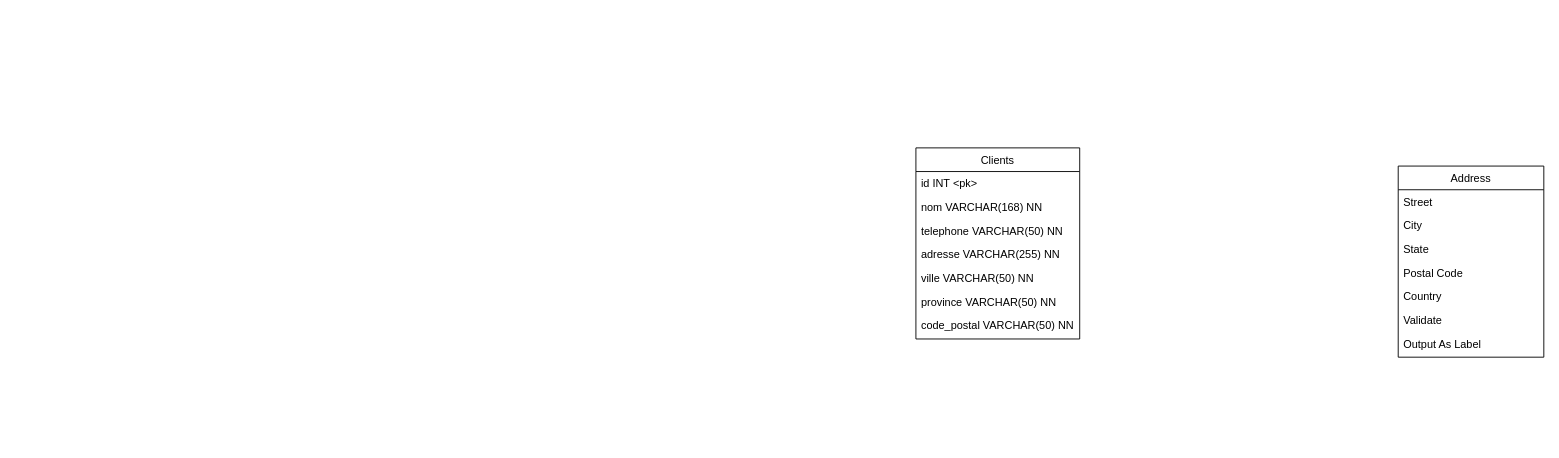
Before: Diagramme/Diagramme Class William Allard.drawio in WilliamAllard/ProjetsLongBD2, a draw.io diagram. Source tidied: cells renumbered, new cells numbered last; positions are measured from the earlier drawing's top-left corner, leaving out a move shared by most shapes. Both pictures are drawn from the tidied source at 91%, with x=0, y=0 at pixel (915, 147).
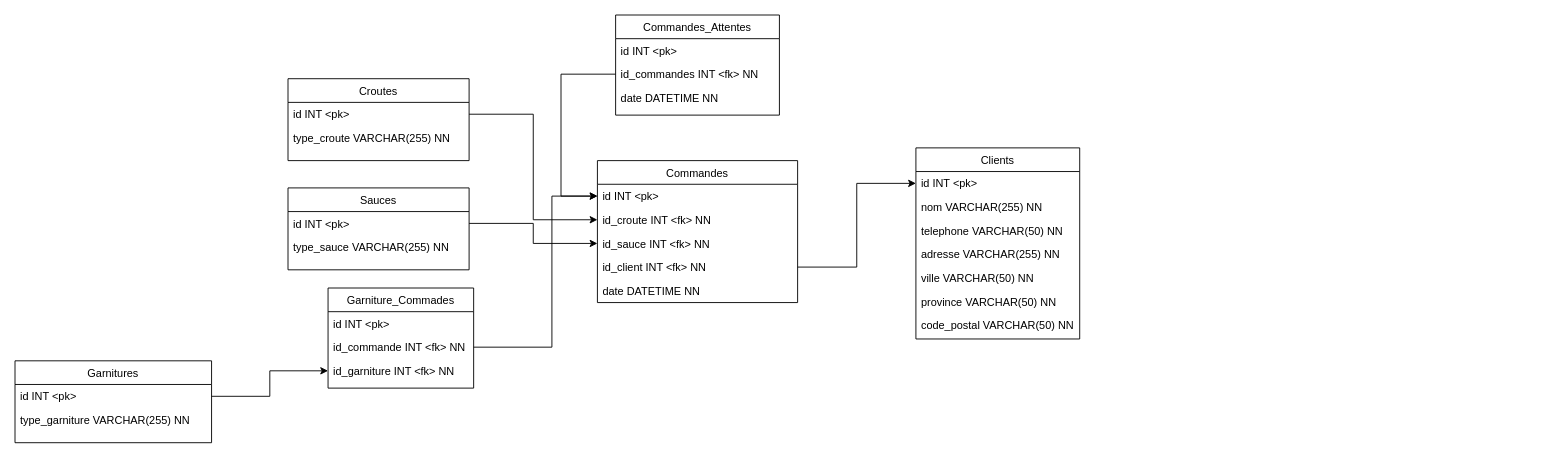
Above is the later version.

The change refers to these unchanged cells:
```xml
<mxCell id="10" value="Clients" style="swimlane;fontStyle=0;align=center;verticalAlign=top;horizontal=1;startSize=26;rounded=0;shadow=0;strokeWidth=1;" parent="1" vertex="1">
  <mxGeometry width="180" height="210" as="geometry" />
</mxCell>
<mxCell id="11" value="id INT &lt;pk&gt;" style="text;align=left;verticalAlign=top;spacingLeft=4;spacingRight=4;overflow=hidden;points=[[0,0.5],[1,0.5]];portConstraint=eastwest;" parent="10" vertex="1">
  <mxGeometry y="26" width="180" height="26" as="geometry" />
</mxCell>
```

Diff of the diagram source:
```diff
@@
-    <mxCell id="2" value="Address" style="swimlane;fontStyle=0;align=center;verticalAlign=top;horizontal=1;startSize=26;rounded=0;shadow=0;strokeWidth=1;" parent="1" vertex="1">
-      <mxGeometry x="530" y="20" width="160" height="210" as="geometry" />
-    </mxCell>
-    <mxCell id="3" value="Street" style="text;align=left;verticalAlign=top;spacingLeft=4;spacingRight=4;overflow=hidden;" parent="2" vertex="1">
-      <mxGeometry y="26" width="160" height="26" as="geometry" />
-    </mxCell>
-    <mxCell id="4" value="City" style="text;align=left;verticalAlign=top;spacingLeft=4;spacingRight=4;overflow=hidden;rounded=0;shadow=0;html=0;" parent="2" vertex="1">
-      <mxGeometry y="52" width="160" height="26" as="geometry" />
-    </mxCell>
-    <mxCell id="5" value="State" style="text;align=left;verticalAlign=top;spacingLeft=4;spacingRight=4;overflow=hidden;rounded=0;shadow=0;html=0;" parent="2" vertex="1">
-      <mxGeometry y="78" width="160" height="26" as="geometry" />
-    </mxCell>
-    <mxCell id="6" value="Postal Code" style="text;align=left;verticalAlign=top;spacingLeft=4;spacingRight=4;overflow=hidden;rounded=0;shadow=0;html=0;" parent="2" vertex="1">
-      <mxGeometry y="104" width="160" height="26" as="geometry" />
-    </mxCell>
-    <mxCell id="7" value="Country" style="text;align=left;verticalAlign=top;spacingLeft=4;spacingRight=4;overflow=hidden;rounded=0;shadow=0;html=0;" parent="2" vertex="1">
-      <mxGeometry y="130" width="160" height="26" as="geometry" />
-    </mxCell>
-    <mxCell id="8" value="Validate" style="text;align=left;verticalAlign=top;spacingLeft=4;spacingRight=4;overflow=hidden;" parent="2" vertex="1">
-      <mxGeometry y="156" width="160" height="26" as="geometry" />
-    </mxCell>
-    <mxCell id="9" value="Output As Label" style="text;align=left;verticalAlign=top;spacingLeft=4;spacingRight=4;overflow=hidden;" parent="2" vertex="1">
-      <mxGeometry y="182" width="160" height="26" as="geometry" />
-    </mxCell>
@@
-    <mxCell id="12" value="nom VARCHAR(168) NN" style="text;align=left;verticalAlign=top;spacingLeft=4;spacingRight=4;overflow=hidden;rounded=0;shadow=0;html=0;" parent="10" vertex="1">
+    <mxCell id="12" value="nom VARCHAR(255) NN" style="text;align=left;verticalAlign=top;spacingLeft=4;spacingRight=4;overflow=hidden;rounded=0;shadow=0;html=0;" parent="10" vertex="1">
       <mxGeometry y="52" width="180" height="26" as="geometry" />
     </mxCell>
@@
+    <mxCell id="18" value="Commandes&#10;" style="swimlane;fontStyle=0;align=center;verticalAlign=top;horizontal=1;startSize=26;rounded=0;shadow=0;strokeWidth=1;" parent="1" vertex="1">
+      <mxGeometry x="-350" y="14" width="220" height="156" as="geometry" />
+    </mxCell>
+    <mxCell id="19" value="id INT &lt;pk&gt;   " style="text;align=left;verticalAlign=top;spacingLeft=4;spacingRight=4;overflow=hidden;points=[[0,0.5],[1,0.5]];portConstraint=eastwest;" parent="18" vertex="1">
+      <mxGeometry y="26" width="220" height="26" as="geometry" />
+    </mxCell>
+    <mxCell id="20" value="id_croute INT &lt;fk&gt; NN" style="text;align=left;verticalAlign=top;spacingLeft=4;spacingRight=4;overflow=hidden;points=[[0,0.5],[1,0.5]];portConstraint=eastwest;rounded=0;shadow=0;html=0;" parent="18" vertex="1">
+      <mxGeometry y="52" width="220" height="26" as="geometry" />
+    </mxCell>
+    <mxCell id="21" value="id_sauce INT &lt;fk&gt; NN" style="text;align=left;verticalAlign=top;spacingLeft=4;spacingRight=4;overflow=hidden;points=[[0,0.5],[1,0.5]];portConstraint=eastwest;rounded=0;shadow=0;html=0;" parent="18" vertex="1">
+      <mxGeometry y="78" width="220" height="26" as="geometry" />
+    </mxCell>
+    <mxCell id="22" value="id_client INT &lt;fk&gt; NN" style="text;align=left;verticalAlign=top;spacingLeft=4;spacingRight=4;overflow=hidden;points=[[0,0.5],[1,0.5]];portConstraint=eastwest;rounded=0;shadow=0;html=0;" parent="18" vertex="1">
+      <mxGeometry y="104" width="220" height="26" as="geometry" />
+    </mxCell>
+    <mxCell id="23" value="date DATETIME NN" style="text;align=left;verticalAlign=top;spacingLeft=4;spacingRight=4;overflow=hidden;" parent="18" vertex="1">
+      <mxGeometry y="130" width="220" height="26" as="geometry" />
+    </mxCell>
+    <mxCell id="24" value="Croutes" style="swimlane;fontStyle=0;align=center;verticalAlign=top;horizontal=1;startSize=26;rounded=0;shadow=0;strokeWidth=1;" parent="1" vertex="1">
+      <mxGeometry x="-690" y="-76" width="199" height="90" as="geometry" />
+    </mxCell>
+    <mxCell id="25" value="id INT &lt;pk&gt;" style="text;align=left;verticalAlign=top;spacingLeft=4;spacingRight=4;overflow=hidden;points=[[0,0.5],[1,0.5]];portConstraint=eastwest;" parent="24" vertex="1">
+      <mxGeometry y="26" width="199" height="26" as="geometry" />
+    </mxCell>
+    <mxCell id="26" value="type_croute VARCHAR(255) NN" style="text;align=left;verticalAlign=top;spacingLeft=4;spacingRight=4;overflow=hidden;rounded=0;shadow=0;html=0;" parent="24" vertex="1">
+      <mxGeometry y="52" width="199" height="26" as="geometry" />
+    </mxCell>
+    <mxCell id="27" value="Sauces" style="swimlane;fontStyle=0;align=center;verticalAlign=top;horizontal=1;startSize=26;rounded=0;shadow=0;strokeWidth=1;" parent="1" vertex="1">
+      <mxGeometry x="-690" y="44" width="199" height="90" as="geometry" />
+    </mxCell>
+    <mxCell id="28" value="id INT &lt;pk&gt;" style="text;align=left;verticalAlign=top;spacingLeft=4;spacingRight=4;overflow=hidden;points=[[0,0.5],[1,0.5]];portConstraint=eastwest;" parent="27" vertex="1">
+      <mxGeometry y="26" width="199" height="26" as="geometry" />
+    </mxCell>
+    <mxCell id="29" value="type_sauce VARCHAR(255) NN" style="text;align=left;verticalAlign=top;spacingLeft=4;spacingRight=4;overflow=hidden;rounded=0;shadow=0;html=0;" parent="27" vertex="1">
+      <mxGeometry y="52" width="199" height="26" as="geometry" />
+    </mxCell>
+    <mxCell id="30" value="Garnitures" style="swimlane;fontStyle=0;align=center;verticalAlign=top;horizontal=1;startSize=26;rounded=0;shadow=0;strokeWidth=1;" parent="1" vertex="1">
+      <mxGeometry x="-990" y="234" width="216" height="90" as="geometry" />
+    </mxCell>
+    <mxCell id="31" value="id INT &lt;pk&gt;" style="text;align=left;verticalAlign=top;spacingLeft=4;spacingRight=4;overflow=hidden;points=[[0,0.5],[1,0.5]];portConstraint=eastwest;" parent="30" vertex="1">
+      <mxGeometry y="26" width="216" height="26" as="geometry" />
+    </mxCell>
+    <mxCell id="32" value="type_garniture VARCHAR(255) NN" style="text;align=left;verticalAlign=top;spacingLeft=4;spacingRight=4;overflow=hidden;rounded=0;shadow=0;html=0;" parent="30" vertex="1">
+      <mxGeometry y="52" width="216" height="26" as="geometry" />
+    </mxCell>
+    <mxCell id="33" value="Garniture_Commades" style="swimlane;fontStyle=0;align=center;verticalAlign=top;horizontal=1;startSize=26;rounded=0;shadow=0;strokeWidth=1;" parent="1" vertex="1">
+      <mxGeometry x="-646" y="154" width="160" height="110" as="geometry" />
+    </mxCell>
+    <mxCell id="34" value="id INT &lt;pk&gt;" style="text;align=left;verticalAlign=top;spacingLeft=4;spacingRight=4;overflow=hidden;" parent="33" vertex="1">
+      <mxGeometry y="26" width="160" height="26" as="geometry" />
+    </mxCell>
+    <mxCell id="35" value="id_commande INT &lt;fk&gt; NN" style="text;align=left;verticalAlign=top;spacingLeft=4;spacingRight=4;overflow=hidden;points=[[0,0.5],[1,0.5]];portConstraint=eastwest;rounded=0;shadow=0;html=0;" parent="33" vertex="1">
+      <mxGeometry y="52" width="160" height="26" as="geometry" />
+    </mxCell>
+    <mxCell id="36" value="id_garniture INT &lt;fk&gt; NN" style="text;align=left;verticalAlign=top;spacingLeft=4;spacingRight=4;overflow=hidden;points=[[0,0.5],[1,0.5]];portConstraint=eastwest;rounded=0;shadow=0;html=0;" parent="33" vertex="1">
+      <mxGeometry y="78" width="160" height="26" as="geometry" />
+    </mxCell>
+    <mxCell id="37" value="Commandes_Attentes" style="swimlane;fontStyle=0;align=center;verticalAlign=top;horizontal=1;startSize=26;rounded=0;shadow=0;strokeWidth=1;" parent="1" vertex="1">
+      <mxGeometry x="-330" y="-146" width="180" height="110" as="geometry" />
+    </mxCell>
+    <mxCell id="38" value="id INT &lt;pk&gt;" style="text;align=left;verticalAlign=top;spacingLeft=4;spacingRight=4;overflow=hidden;" parent="37" vertex="1">
+      <mxGeometry y="26" width="180" height="26" as="geometry" />
+    </mxCell>
+    <mxCell id="39" value="id_commandes INT &lt;fk&gt; NN" style="text;align=left;verticalAlign=top;spacingLeft=4;spacingRight=4;overflow=hidden;points=[[0,0.5],[1,0.5]];portConstraint=eastwest;rounded=0;shadow=0;html=0;" parent="37" vertex="1">
+      <mxGeometry y="52" width="180" height="26" as="geometry" />
+    </mxCell>
+    <mxCell id="40" value="date DATETIME NN" style="text;align=left;verticalAlign=top;spacingLeft=4;spacingRight=4;overflow=hidden;" parent="37" vertex="1">
+      <mxGeometry y="78" width="180" height="26" as="geometry" />
+    </mxCell>
+    <mxCell id="41" style="edgeStyle=orthogonalEdgeStyle;rounded=0;jettySize=auto;html=1;exitX=1;exitY=0.5;exitDx=0;exitDy=0;entryX=0;entryY=0.5;entryDx=0;entryDy=0;" parent="1" edge="1" source="31" target="36">
+      <mxGeometry relative="1" as="geometry" />
+    </mxCell>
+    <mxCell id="42" style="edgeStyle=orthogonalEdgeStyle;rounded=0;jettySize=auto;html=1;exitX=1;exitY=0.5;exitDx=0;exitDy=0;entryX=0;entryY=0.5;entryDx=0;entryDy=0;" parent="1" edge="1" source="22" target="11">
+      <mxGeometry relative="1" as="geometry" />
+    </mxCell>
+    <mxCell id="43" style="edgeStyle=orthogonalEdgeStyle;rounded=0;jettySize=auto;html=1;exitX=1;exitY=0.5;exitDx=0;exitDy=0;entryX=0;entryY=0.5;entryDx=0;entryDy=0;" parent="1" edge="1" source="25" target="20">
+      <mxGeometry relative="1" as="geometry" />
+    </mxCell>
+    <mxCell id="44" style="edgeStyle=orthogonalEdgeStyle;rounded=0;jettySize=auto;html=1;exitX=1;exitY=0.5;exitDx=0;exitDy=0;entryX=0;entryY=0.5;entryDx=0;entryDy=0;" parent="1" edge="1" source="28" target="21">
+      <mxGeometry relative="1" as="geometry" />
+    </mxCell>
+    <mxCell id="45" style="edgeStyle=orthogonalEdgeStyle;rounded=0;jettySize=auto;html=1;exitX=0;exitY=0.5;exitDx=0;exitDy=0;entryX=0;entryY=0.5;entryDx=0;entryDy=0;" parent="1" edge="1" source="39" target="19">
+      <mxGeometry relative="1" as="geometry">
+        <Array as="points">
+          <mxPoint x="-390" y="-81" />
+          <mxPoint x="-390" y="53" />
+        </Array>
+      </mxGeometry>
+    </mxCell>
+    <mxCell id="46" style="edgeStyle=orthogonalEdgeStyle;rounded=0;jettySize=auto;html=1;exitX=1;exitY=0.5;exitDx=0;exitDy=0;entryX=0;entryY=0.5;entryDx=0;entryDy=0;" parent="1" edge="1" source="35" target="19">
+      <mxGeometry relative="1" as="geometry">
+        <Array as="points">
+          <mxPoint x="-400" y="219" />
+          <mxPoint x="-400" y="53" />
+        </Array>
+      </mxGeometry>
+    </mxCell>
```
